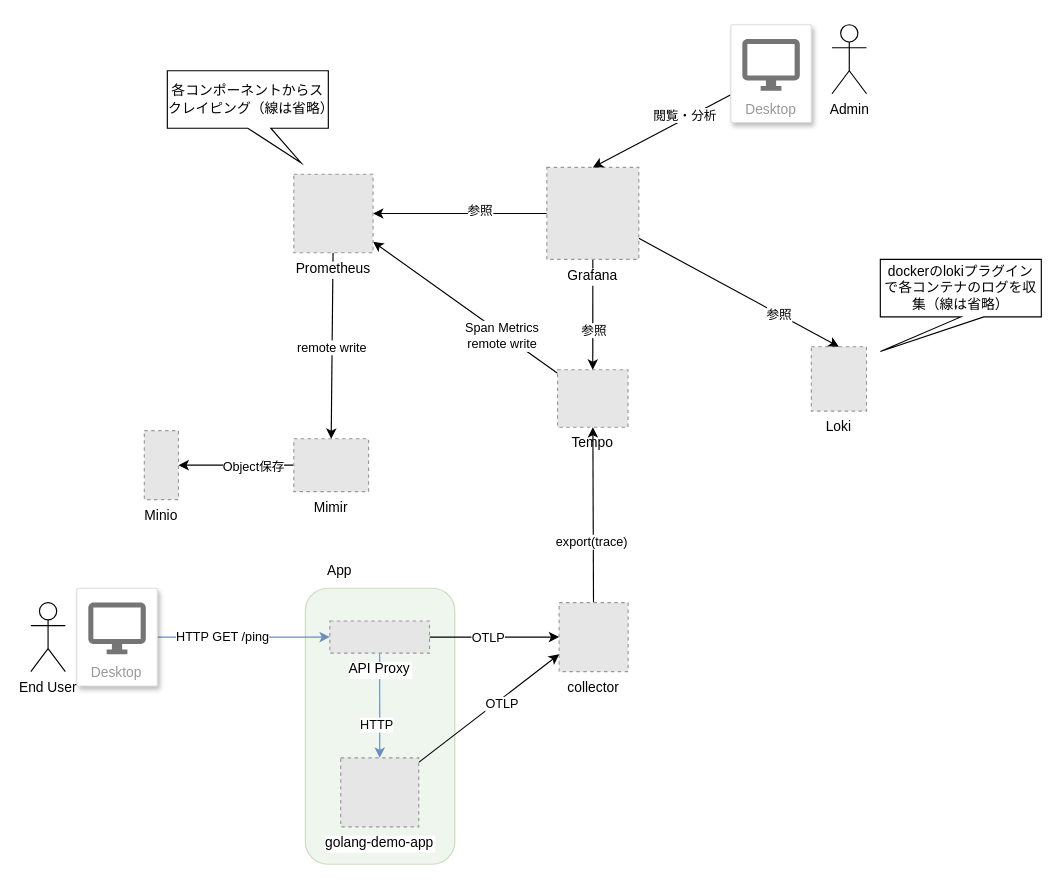
Before: diagram.drawio in tamura-daiki-dc3/opentelemetry-demo, a draw.io diagram. Source tidied: cells renumbered, new cells numbered last; positions are measured from the earlier drawing's top-left corner, leaving out a move shared by most shapes. Both pictures are drawn from the tidied source at 115%, with x=0, y=0 at pixel (30, 24). Pictures stored in the file or linked from it are replaced by grey dashed boxes.
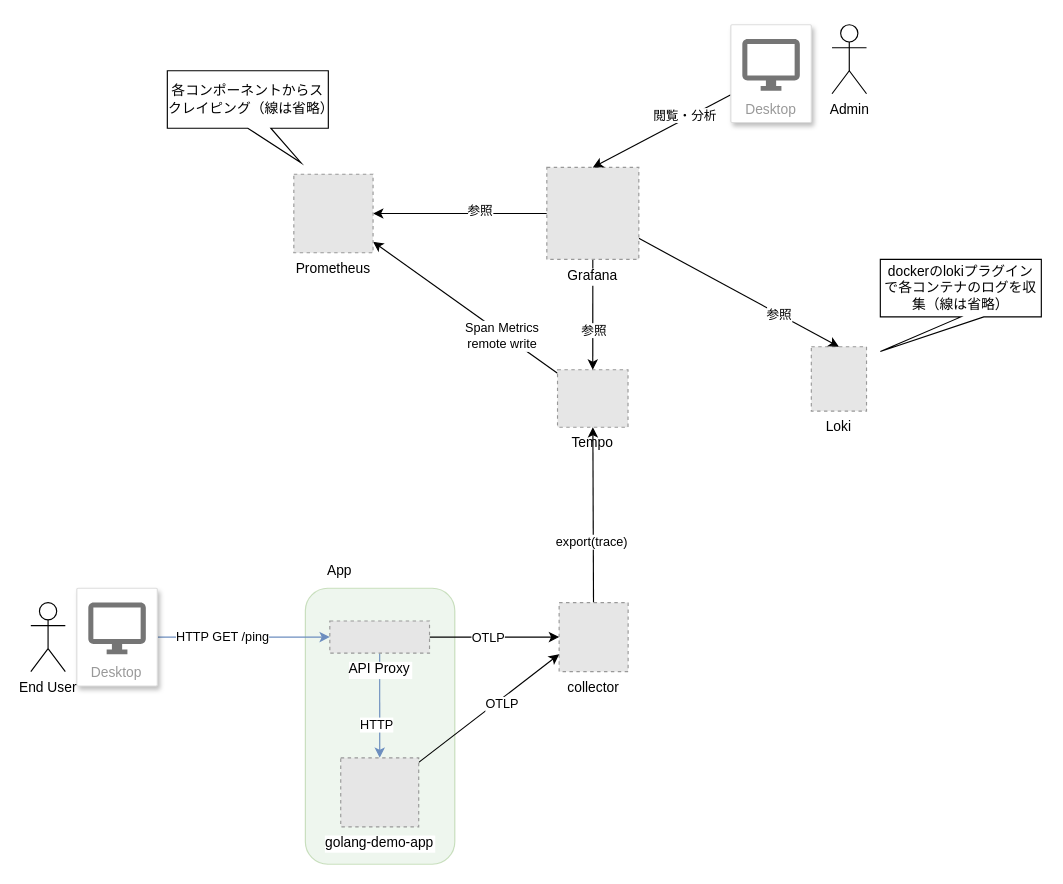
Above is the later version.

Unchanged cells that the change refers to:
```xml
<mxCell id="22" value="Prometheus" style="fillColor=#E6E6E6;strokeColor=#999999;dashed=1;verticalLabelPosition=bottom;labelBackgroundColor=default;verticalAlign=top;" parent="1" vertex="1">
  <mxGeometry x="229" y="130" width="68.9" height="68.3" as="geometry" />
</mxCell>
```

The edit, as a diff of the source:
```diff
@@
-    <mxCell id="7" style="edgeStyle=none;html=1;" parent="1" edge="1" source="9" target="31">
-      <mxGeometry relative="1" as="geometry" />
-    </mxCell>
-    <mxCell id="8" value="Object保存" style="edgeLabel;html=1;align=center;verticalAlign=middle;" parent="7" vertex="1">
-      <mxGeometry x="-0.28" y="1" relative="1" as="geometry" />
-    </mxCell>
-    <mxCell id="9" value="Mimir" style="fillColor=#E6E6E6;strokeColor=#999999;dashed=1;verticalLabelPosition=bottom;labelBackgroundColor=default;verticalAlign=top;" parent="1" vertex="1">
-      <mxGeometry x="229" y="360" width="65" height="46" as="geometry" />
-    </mxCell>
@@
-    <mxCell id="20" style="edgeStyle=none;html=1;entryX=0.5;entryY=0;entryDx=0;entryDy=0;" parent="1" edge="1" source="22" target="9">
-      <mxGeometry relative="1" as="geometry" />
-    </mxCell>
-    <mxCell id="21" value="remote write" style="edgeLabel;html=1;align=center;verticalAlign=middle;" parent="20" vertex="1">
-      <mxGeometry x="0.34" y="-1" relative="1" as="geometry">
-        <mxPoint y="-26" as="offset" />
-      </mxGeometry>
-    </mxCell>
@@
-    <mxCell id="31" value="Minio" style="fillColor=#E6E6E6;strokeColor=#999999;dashed=1;verticalLabelPosition=bottom;labelBackgroundColor=default;verticalAlign=top;" parent="1" vertex="1">
-      <mxGeometry x="99" y="353" width="29.7" height="60" as="geometry" />
-    </mxCell>
```
